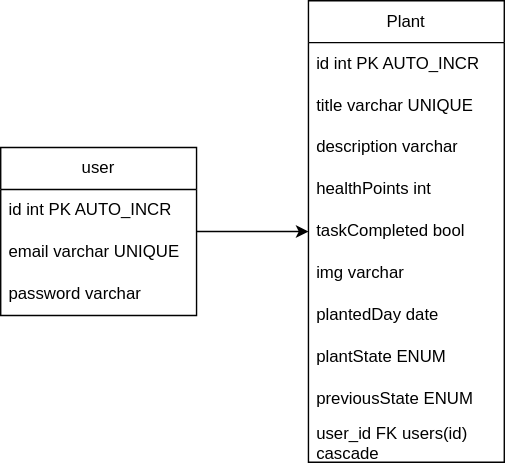
Earlier version of the draw.io export resources/assets/uml-db.drawio.svg (danielmoralesar/pomodoro-garden). Source tidied: cells renumbered, new cells last; positions are measured from the earlier drawing's top-left corner, leaving out a move shared by most shapes.
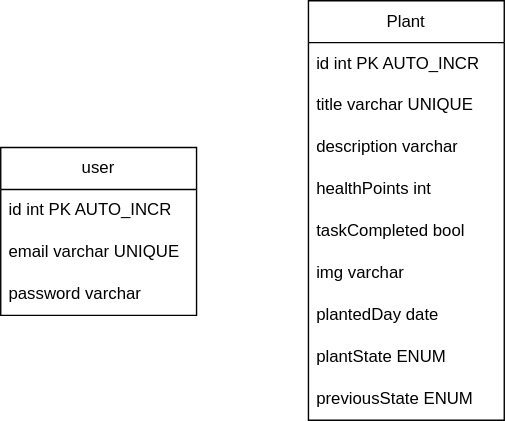
The same file after the commit.

The edit, as a diff of the source:
```diff
@@ -2,9 +2,6 @@
   <root>
     <mxCell id="0" />
     <mxCell id="1" parent="0" />
-    <mxCell id="2" style="edgeStyle=none;html=1;entryX=0;entryY=0.5;entryDx=0;entryDy=0;" parent="1" edge="1" source="3" target="12">
-      <mxGeometry relative="1" as="geometry" />
-    </mxCell>
     <mxCell id="3" value="user" style="swimlane;fontStyle=0;horizontal=1;startSize=30;whiteSpace=wrap;html=1;" parent="1" vertex="1">
       <mxGeometry y="105" width="140" height="120" as="geometry" />
     </mxCell>
@@ -18,7 +15,7 @@
       <mxGeometry y="90" width="140" height="30" as="geometry" />
     </mxCell>
     <mxCell id="7" value="Plant" style="swimlane;fontStyle=0;horizontal=1;startSize=30;whiteSpace=wrap;html=1;" parent="1" vertex="1">
-      <mxGeometry x="220" width="140" height="330" as="geometry" />
+      <mxGeometry x="220" width="140" height="300" as="geometry" />
     </mxCell>
     <mxCell id="8" value="id int PK AUTO_INCR" style="text;strokeColor=none;fillColor=none;align=left;verticalAlign=middle;spacingLeft=4;spacingRight=4;overflow=hidden;whiteSpace=wrap;html=1;" parent="7" vertex="1">
       <mxGeometry y="30" width="140" height="30" as="geometry" />
@@ -47,8 +44,5 @@
     <mxCell id="16" value="previousState ENUM" style="text;strokeColor=none;fillColor=none;align=left;verticalAlign=middle;spacingLeft=4;spacingRight=4;overflow=hidden;whiteSpace=wrap;html=1;" parent="7" vertex="1">
       <mxGeometry y="270" width="140" height="30" as="geometry" />
     </mxCell>
-    <mxCell id="17" value="user_id FK users(id) cascade" style="text;strokeColor=none;fillColor=none;align=left;verticalAlign=middle;spacingLeft=4;spacingRight=4;overflow=hidden;whiteSpace=wrap;html=1;" parent="7" vertex="1">
-      <mxGeometry y="300" width="140" height="30" as="geometry" />
-    </mxCell>
   </root>
 </mxGraphModel>
```
